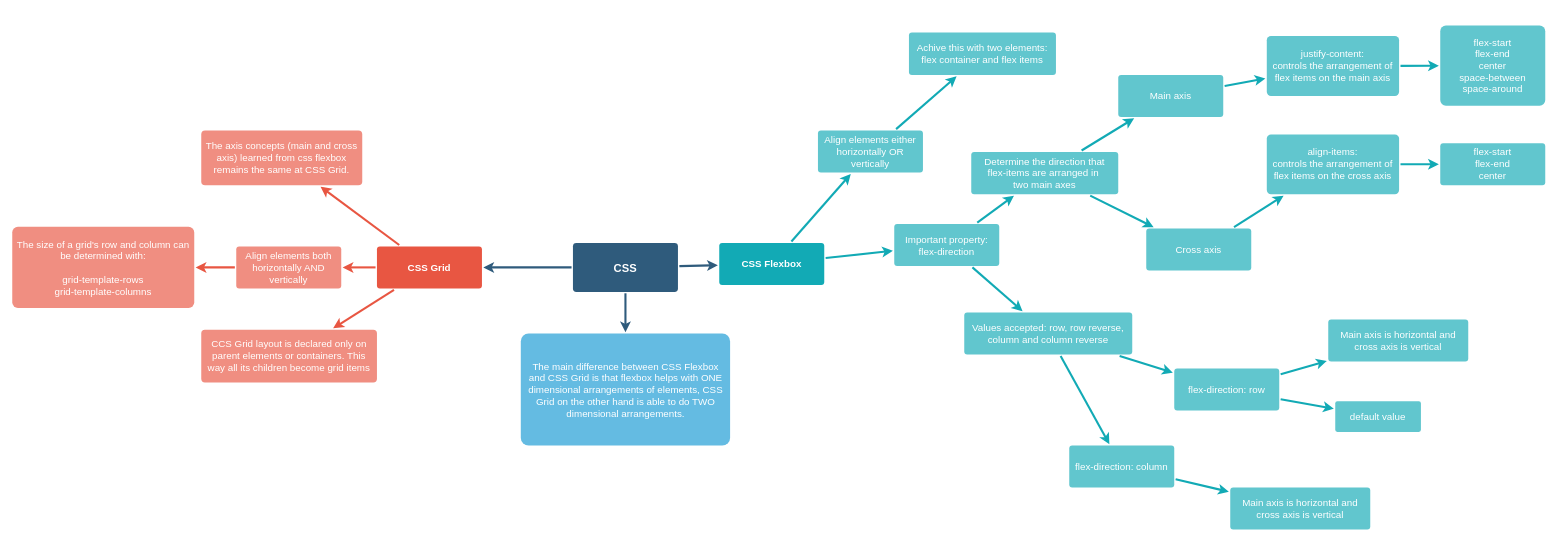
liegele/estudos keeps this draw.io diagram as freecodecamp/css/how-to-use-css-grid-and-flex-to-create-a-responsive-web-page/css-flexbox-and-css-grid.drawio. Above is the earlier version. Source tidied: cells renumbered, new cells numbered last; positions are measured from the earlier drawing's top-left corner, leaving out a move shared by most shapes. Both pictures are drawn from the tidied source at 70%, with x=0, y=0 at pixel (12, 25).
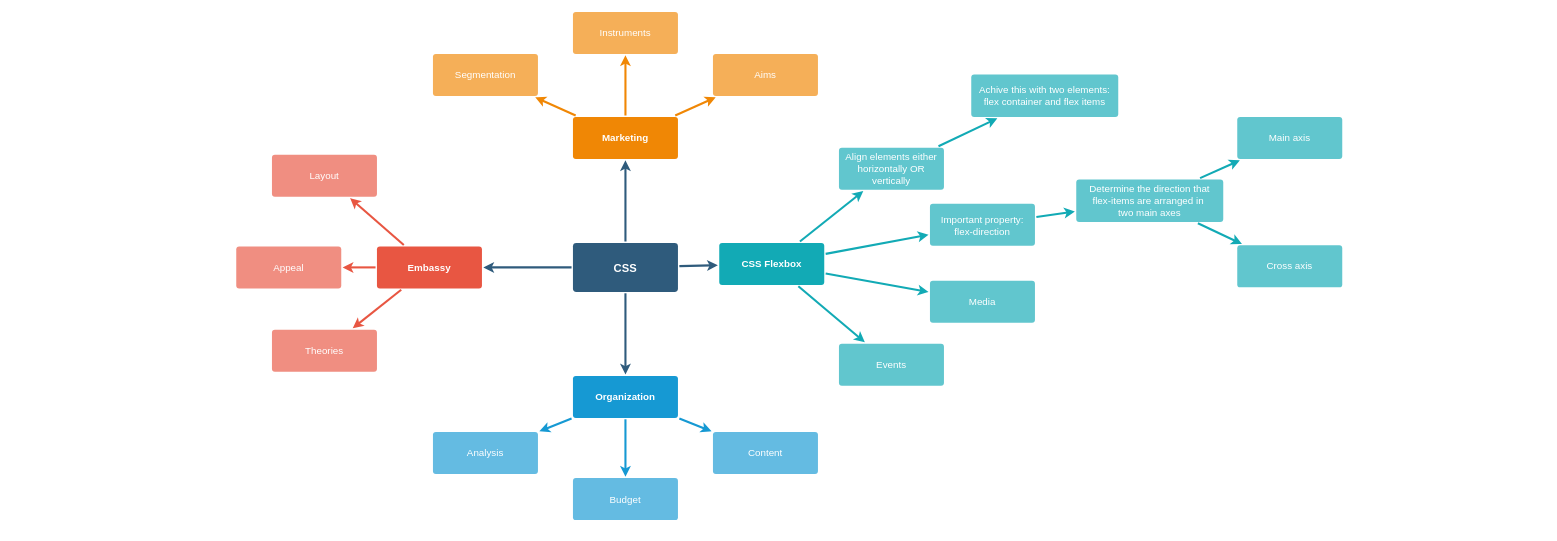
After the change.

The change refers to these unchanged cells:
```xml
<mxCell id="5" value="CSS" style="rounded=1;whiteSpace=wrap;html=1;shadow=0;labelBackgroundColor=none;strokeColor=none;strokeWidth=3;fillColor=#2F5B7C;fontFamily=Helvetica;fontSize=16;fontColor=#FFFFFF;align=center;fontStyle=1;spacing=5;arcSize=7;perimeterSpacing=2;" parent="1" vertex="1">
  <mxGeometry x="801" y="310.5" width="150" height="70" as="geometry" />
</mxCell>
<mxCell id="14" value="CSS Flexbox" style="rounded=1;whiteSpace=wrap;html=1;shadow=0;labelBackgroundColor=none;strokeColor=none;strokeWidth=3;fillColor=#12aab5;fontFamily=Helvetica;fontSize=14;fontColor=#FFFFFF;align=center;spacing=5;fontStyle=1;arcSize=7;perimeterSpacing=2;" parent="1" vertex="1">
  <mxGeometry x="1010" y="310.5" width="150" height="60" as="geometry" />
</mxCell>
```

Change to the diagram source:
```diff
@@
+    <mxCell id="49" style="edgeStyle=none;rounded=0;jumpStyle=none;html=1;shadow=0;labelBackgroundColor=none;startArrow=none;startFill=0;endArrow=classic;endFill=1;jettySize=auto;strokeColor=#2F5B7C;strokeWidth=3;fontFamily=Helvetica;fontSize=16;fontColor=#23445D;spacing=5;" parent="1" edge="1" source="5" target="56">
+      <mxGeometry relative="1" as="geometry" />
+    </mxCell>
@@
-    <mxCell id="3" style="edgeStyle=none;rounded=0;jumpStyle=none;html=1;shadow=0;labelBackgroundColor=none;startArrow=none;startFill=0;endArrow=classic;endFill=1;jettySize=auto;strokeColor=#2F5B7C;strokeWidth=3;fontFamily=Helvetica;fontSize=16;fontColor=#23445D;spacing=5;" parent="1" edge="1" source="5" target="13">
+    <mxCell id="3" style="edgeStyle=none;rounded=0;jumpStyle=none;html=1;shadow=0;labelBackgroundColor=none;startArrow=none;startFill=0;endArrow=classic;endFill=1;jettySize=auto;strokeColor=#2F5B7C;strokeWidth=3;fontFamily=Helvetica;fontSize=16;fontColor=#23445D;spacing=5;" parent="1" edge="1" source="5" target="53">
       <mxGeometry relative="1" as="geometry" />
     </mxCell>
@@
-    <mxCell id="9" value="CSS Grid" style="rounded=1;whiteSpace=wrap;html=1;shadow=0;labelBackgroundColor=none;strokeColor=none;strokeWidth=3;fillColor=#e85642;fontFamily=Helvetica;fontSize=14;fontColor=#FFFFFF;align=center;spacing=5;fontStyle=1;arcSize=7;perimeterSpacing=2;" parent="1" vertex="1">
+    <mxCell id="9" value="Embassy" style="rounded=1;whiteSpace=wrap;html=1;shadow=0;labelBackgroundColor=none;strokeColor=none;strokeWidth=3;fillColor=#e85642;fontFamily=Helvetica;fontSize=14;fontColor=#FFFFFF;align=center;spacing=5;fontStyle=1;arcSize=7;perimeterSpacing=2;" parent="1" vertex="1">
       <mxGeometry x="521" y="315.5" width="150" height="60" as="geometry" />
     </mxCell>
-    <mxCell id="10" value="CCS Grid layout is declared only on parent elements or containers. This way all its children become grid items" style="rounded=1;whiteSpace=wrap;html=1;shadow=0;labelBackgroundColor=none;strokeColor=none;strokeWidth=3;fillColor=#f08e81;fontFamily=Helvetica;fontSize=14;fontColor=#FFFFFF;align=center;spacing=5;fontStyle=0;arcSize=7;perimeterSpacing=2;" parent="1" vertex="1">
-      <mxGeometry x="270" y="434.5" width="251" height="75.5" as="geometry" />
+    <mxCell id="10" value="Theories" style="rounded=1;whiteSpace=wrap;html=1;shadow=0;labelBackgroundColor=none;strokeColor=none;strokeWidth=3;fillColor=#f08e81;fontFamily=Helvetica;fontSize=14;fontColor=#FFFFFF;align=center;spacing=5;fontStyle=0;arcSize=7;perimeterSpacing=2;" parent="1" vertex="1">
+      <mxGeometry x="371" y="434.5" width="150" height="60" as="geometry" />
     </mxCell>
-    <mxCell id="11" value="Align elements both horizontally AND vertically" style="rounded=1;whiteSpace=wrap;html=1;shadow=0;labelBackgroundColor=none;strokeColor=none;strokeWidth=3;fillColor=#f08e81;fontFamily=Helvetica;fontSize=14;fontColor=#FFFFFF;align=center;spacing=5;fontStyle=0;arcSize=7;perimeterSpacing=2;" parent="1" vertex="1">
+    <mxCell id="11" value="Appeal" style="rounded=1;whiteSpace=wrap;html=1;shadow=0;labelBackgroundColor=none;strokeColor=none;strokeWidth=3;fillColor=#f08e81;fontFamily=Helvetica;fontSize=14;fontColor=#FFFFFF;align=center;spacing=5;fontStyle=0;arcSize=7;perimeterSpacing=2;" parent="1" vertex="1">
       <mxGeometry x="320" y="315.5" width="150" height="60" as="geometry" />
     </mxCell>
-    <mxCell id="12" value="The axis concepts (main and cross axis) learned from css flexbox remains the same at CSS Grid." style="rounded=1;whiteSpace=wrap;html=1;shadow=0;labelBackgroundColor=none;strokeColor=none;strokeWidth=3;fillColor=#f08e81;fontFamily=Helvetica;fontSize=14;fontColor=#FFFFFF;align=center;spacing=5;fontStyle=0;arcSize=7;perimeterSpacing=2;" parent="1" vertex="1">
-      <mxGeometry x="270" y="150" width="230" height="78.2" as="geometry" />
+    <mxCell id="12" value="Layout" style="rounded=1;whiteSpace=wrap;html=1;shadow=0;labelBackgroundColor=none;strokeColor=none;strokeWidth=3;fillColor=#f08e81;fontFamily=Helvetica;fontSize=14;fontColor=#FFFFFF;align=center;spacing=5;fontStyle=0;arcSize=7;perimeterSpacing=2;" parent="1" vertex="1">
+      <mxGeometry x="371" y="184.5" width="150" height="60" as="geometry" />
     </mxCell>
+    <mxCell id="50" style="edgeStyle=none;rounded=0;jumpStyle=none;html=1;shadow=0;labelBackgroundColor=none;startArrow=none;startFill=0;endArrow=classic;endFill=1;jettySize=auto;strokeColor=#1699D3;strokeWidth=3;fontFamily=Helvetica;fontSize=14;fontColor=#FFFFFF;spacing=5;" parent="1" edge="1" source="53" target="13">
+      <mxGeometry relative="1" as="geometry" />
+    </mxCell>
+    <mxCell id="51" style="edgeStyle=none;rounded=0;jumpStyle=none;html=1;shadow=0;labelBackgroundColor=none;startArrow=none;startFill=0;endArrow=classic;endFill=1;jettySize=auto;strokeColor=#1699D3;strokeWidth=3;fontFamily=Helvetica;fontSize=14;fontColor=#FFFFFF;spacing=5;" parent="1" edge="1" source="53" target="55">
+      <mxGeometry relative="1" as="geometry" />
+    </mxCell>
+    <mxCell id="52" style="edgeStyle=none;rounded=0;jumpStyle=none;html=1;shadow=0;labelBackgroundColor=none;startArrow=none;startFill=0;endArrow=classic;endFill=1;jettySize=auto;strokeColor=#1699D3;strokeWidth=3;fontFamily=Helvetica;fontSize=14;fontColor=#FFFFFF;spacing=5;" parent="1" edge="1" source="53" target="54">
+      <mxGeometry relative="1" as="geometry" />
+    </mxCell>
+    <mxCell id="53" value="Organization" style="rounded=1;whiteSpace=wrap;html=1;shadow=0;labelBackgroundColor=none;strokeColor=none;strokeWidth=3;fillColor=#1699d3;fontFamily=Helvetica;fontSize=14;fontColor=#FFFFFF;align=center;spacing=5;fontStyle=1;arcSize=7;perimeterSpacing=2;" parent="1" vertex="1">
+      <mxGeometry x="801" y="500.5" width="150" height="60" as="geometry" />
+    </mxCell>
+    <mxCell id="54" value="Content" style="rounded=1;whiteSpace=wrap;html=1;shadow=0;labelBackgroundColor=none;strokeColor=none;strokeWidth=3;fillColor=#64bbe2;fontFamily=Helvetica;fontSize=14;fontColor=#FFFFFF;align=center;spacing=5;arcSize=7;perimeterSpacing=2;" parent="1" vertex="1">
+      <mxGeometry x="1001" y="580.5" width="150" height="60" as="geometry" />
+    </mxCell>
+    <mxCell id="55" value="Budget" style="rounded=1;whiteSpace=wrap;html=1;shadow=0;labelBackgroundColor=none;strokeColor=none;strokeWidth=3;fillColor=#64bbe2;fontFamily=Helvetica;fontSize=14;fontColor=#FFFFFF;align=center;spacing=5;arcSize=7;perimeterSpacing=2;" parent="1" vertex="1">
+      <mxGeometry x="801" y="646.5" width="150" height="60" as="geometry" />
+    </mxCell>
-    <mxCell id="13" value="The main difference between CSS Flexbox and CSS Grid is that flexbox helps with ONE dimensional arrangements of elements, CSS Grid on the other hand is able to do TWO dimensional arrangements." style="rounded=1;whiteSpace=wrap;html=1;shadow=0;labelBackgroundColor=none;strokeColor=none;strokeWidth=3;fillColor=#64bbe2;fontFamily=Helvetica;fontSize=14;fontColor=#FFFFFF;align=center;spacing=5;arcSize=7;perimeterSpacing=2;" parent="1" vertex="1">
-      <mxGeometry x="726.5" y="440" width="299" height="160" as="geometry" />
+    <mxCell id="13" value="Analysis" style="rounded=1;whiteSpace=wrap;html=1;shadow=0;labelBackgroundColor=none;strokeColor=none;strokeWidth=3;fillColor=#64bbe2;fontFamily=Helvetica;fontSize=14;fontColor=#FFFFFF;align=center;spacing=5;arcSize=7;perimeterSpacing=2;" parent="1" vertex="1">
+      <mxGeometry x="601" y="580.5" width="150" height="60" as="geometry" />
     </mxCell>
+    <mxCell id="56" value="Marketing" style="rounded=1;whiteSpace=wrap;html=1;shadow=0;labelBackgroundColor=none;strokeColor=none;strokeWidth=3;fillColor=#F08705;fontFamily=Helvetica;fontSize=14;fontColor=#FFFFFF;align=center;spacing=5;fontStyle=1;arcSize=7;perimeterSpacing=2;" parent="1" vertex="1">
+      <mxGeometry x="801" y="130.5" width="150" height="60" as="geometry" />
+    </mxCell>
+    <mxCell id="57" value="Aims&lt;br&gt;" style="rounded=1;whiteSpace=wrap;html=1;shadow=0;labelBackgroundColor=none;strokeColor=none;strokeWidth=3;fillColor=#f5af58;fontFamily=Helvetica;fontSize=14;fontColor=#FFFFFF;align=center;spacing=5;arcSize=7;perimeterSpacing=2;" parent="1" vertex="1">
+      <mxGeometry x="1001" y="40.5" width="150" height="60" as="geometry" />
+    </mxCell>
+    <mxCell id="58" style="edgeStyle=none;rounded=0;jumpStyle=none;html=1;shadow=0;labelBackgroundColor=none;startArrow=none;startFill=0;endArrow=classic;endFill=1;jettySize=auto;strokeColor=#F08705;strokeWidth=3;fontFamily=Helvetica;fontSize=14;fontColor=#FFFFFF;spacing=5;" parent="1" edge="1" source="56" target="57">
+      <mxGeometry relative="1" as="geometry" />
+    </mxCell>
+    <mxCell id="59" value="Instruments" style="rounded=1;whiteSpace=wrap;html=1;shadow=0;labelBackgroundColor=none;strokeColor=none;strokeWidth=3;fillColor=#f5af58;fontFamily=Helvetica;fontSize=14;fontColor=#FFFFFF;align=center;spacing=5;arcSize=7;perimeterSpacing=2;" parent="1" vertex="1">
+      <mxGeometry x="801" y="-19.5" width="150" height="60" as="geometry" />
+    </mxCell>
+    <mxCell id="60" style="edgeStyle=none;rounded=0;jumpStyle=none;html=1;shadow=0;labelBackgroundColor=none;startArrow=none;startFill=0;endArrow=classic;endFill=1;jettySize=auto;strokeColor=#F08705;strokeWidth=3;fontFamily=Helvetica;fontSize=14;fontColor=#FFFFFF;spacing=5;" parent="1" edge="1" source="56" target="59">
+      <mxGeometry relative="1" as="geometry" />
+    </mxCell>
+    <mxCell id="61" value="Segmentation" style="rounded=1;whiteSpace=wrap;html=1;shadow=0;labelBackgroundColor=none;strokeColor=none;strokeWidth=3;fillColor=#f5af58;fontFamily=Helvetica;fontSize=14;fontColor=#FFFFFF;align=center;spacing=5;arcSize=7;perimeterSpacing=2;" parent="1" vertex="1">
+      <mxGeometry x="601" y="40.5" width="150" height="60" as="geometry" />
+    </mxCell>
+    <mxCell id="62" style="edgeStyle=none;rounded=0;jumpStyle=none;html=1;shadow=0;labelBackgroundColor=none;startArrow=none;startFill=0;endArrow=classic;endFill=1;jettySize=auto;strokeColor=#F08705;strokeWidth=3;fontFamily=Helvetica;fontSize=14;fontColor=#FFFFFF;spacing=5;" parent="1" edge="1" source="56" target="61">
+      <mxGeometry relative="1" as="geometry" />
+    </mxCell>
@@
-    <mxCell id="15" value="align-items:&lt;br&gt;controls the arrangement of flex items on the cross axis" style="rounded=1;whiteSpace=wrap;html=1;shadow=0;labelBackgroundColor=none;strokeColor=none;strokeWidth=3;fillColor=#61c6ce;fontFamily=Helvetica;fontSize=14;fontColor=#FFFFFF;align=center;spacing=5;fontStyle=0;arcSize=7;perimeterSpacing=2;" parent="1" vertex="1">
-      <mxGeometry x="1792.2" y="155.5" width="189" height="85.5" as="geometry" />
+    <mxCell id="15" value="Events" style="rounded=1;whiteSpace=wrap;html=1;shadow=0;labelBackgroundColor=none;strokeColor=none;strokeWidth=3;fillColor=#61c6ce;fontFamily=Helvetica;fontSize=14;fontColor=#FFFFFF;align=center;spacing=5;fontStyle=0;arcSize=7;perimeterSpacing=2;" parent="1" vertex="1">
+      <mxGeometry x="1181" y="454.5" width="150" height="60" as="geometry" />
     </mxCell>
-    <mxCell id="16" style="edgeStyle=none;rounded=1;jumpStyle=none;html=1;shadow=0;labelBackgroundColor=none;startArrow=none;startFill=0;jettySize=auto;strokeColor=#12AAB5;strokeWidth=3;fontFamily=Helvetica;fontSize=14;fontColor=#FFFFFF;spacing=5;fontStyle=1;fillColor=#b0e3e6;" parent="1" edge="1" source="29" target="15">
+    <mxCell id="16" style="edgeStyle=none;rounded=1;jumpStyle=none;html=1;shadow=0;labelBackgroundColor=none;startArrow=none;startFill=0;jettySize=auto;strokeColor=#12AAB5;strokeWidth=3;fontFamily=Helvetica;fontSize=14;fontColor=#FFFFFF;spacing=5;fontStyle=1;fillColor=#b0e3e6;" parent="1" edge="1" source="14" target="15">
       <mxGeometry relative="1" as="geometry" />
     </mxCell>
-    <mxCell id="17" value="Values accepted: row, row reverse, column and column reverse" style="rounded=1;whiteSpace=wrap;html=1;shadow=0;labelBackgroundColor=none;strokeColor=none;strokeWidth=3;fillColor=#61c6ce;fontFamily=Helvetica;fontSize=14;fontColor=#FFFFFF;align=center;spacing=5;fontStyle=0;arcSize=7;perimeterSpacing=2;" parent="1" vertex="1">
-      <mxGeometry x="1360" y="410" width="240" height="60" as="geometry" />
+    <mxCell id="17" value="Media" style="rounded=1;whiteSpace=wrap;html=1;shadow=0;labelBackgroundColor=none;strokeColor=none;strokeWidth=3;fillColor=#61c6ce;fontFamily=Helvetica;fontSize=14;fontColor=#FFFFFF;align=center;spacing=5;fontStyle=0;arcSize=7;perimeterSpacing=2;" parent="1" vertex="1">
+      <mxGeometry x="1311" y="364.5" width="150" height="60" as="geometry" />
     </mxCell>
-    <mxCell id="18" style="edgeStyle=none;rounded=1;jumpStyle=none;html=1;shadow=0;labelBackgroundColor=none;startArrow=none;startFill=0;jettySize=auto;strokeColor=#12AAB5;strokeWidth=3;fontFamily=Helvetica;fontSize=14;fontColor=#FFFFFF;spacing=5;fontStyle=1;fillColor=#b0e3e6;" parent="1" edge="1" source="19" target="17">
+    <mxCell id="18" style="edgeStyle=none;rounded=1;jumpStyle=none;html=1;shadow=0;labelBackgroundColor=none;startArrow=none;startFill=0;jettySize=auto;strokeColor=#12AAB5;strokeWidth=3;fontFamily=Helvetica;fontSize=14;fontColor=#FFFFFF;spacing=5;fontStyle=1;fillColor=#b0e3e6;" parent="1" edge="1" source="14" target="17">
       <mxGeometry relative="1" as="geometry" />
     </mxCell>
     <mxCell id="19" value="Important property:&lt;br&gt;flex-direction" style="rounded=1;whiteSpace=wrap;html=1;shadow=0;labelBackgroundColor=none;strokeColor=none;strokeWidth=3;fillColor=#61c6ce;fontFamily=Helvetica;fontSize=14;fontColor=#FFFFFF;align=center;spacing=5;fontStyle=0;arcSize=7;perimeterSpacing=2;" parent="1" vertex="1">
-      <mxGeometry x="1260" y="283.5" width="150" height="60" as="geometry" />
+      <mxGeometry x="1311" y="254.5" width="150" height="60" as="geometry" />
     </mxCell>
@@
     <mxCell id="21" value="Align elements either horizontally OR vertically" style="rounded=1;whiteSpace=wrap;html=1;shadow=0;labelBackgroundColor=none;strokeColor=none;strokeWidth=3;fillColor=#61c6ce;fontFamily=Helvetica;fontSize=14;fontColor=#FFFFFF;align=center;spacing=5;fontStyle=0;arcSize=7;perimeterSpacing=2;" parent="1" vertex="1">
-      <mxGeometry x="1151" y="150" width="150" height="60" as="geometry" />
+      <mxGeometry x="1181" y="174.5" width="150" height="60" as="geometry" />
     </mxCell>
@@
     <mxCell id="23" value="Achive this with two elements:&lt;br&gt;flex container and flex items" style="rounded=1;whiteSpace=wrap;html=1;shadow=0;labelBackgroundColor=none;strokeColor=none;strokeWidth=3;fillColor=#61c6ce;fontFamily=Helvetica;fontSize=14;fontColor=#FFFFFF;align=center;spacing=5;fontStyle=0;arcSize=7;perimeterSpacing=2;" parent="1" vertex="1">
-      <mxGeometry x="1281" y="10" width="210" height="60.5" as="geometry" />
+      <mxGeometry x="1370" y="70" width="210" height="60.5" as="geometry" />
     </mxCell>
@@
     <mxCell id="25" value="Determine the direction that flex-items are arranged in&amp;nbsp;&lt;br&gt;two main axes" style="rounded=1;whiteSpace=wrap;html=1;shadow=0;labelBackgroundColor=none;strokeColor=none;strokeWidth=3;fillColor=#61c6ce;fontFamily=Helvetica;fontSize=14;fontColor=#FFFFFF;align=center;spacing=5;fontStyle=0;arcSize=7;perimeterSpacing=2;" parent="1" vertex="1">
-      <mxGeometry x="1370" y="180.5" width="210" height="60.5" as="geometry" />
+      <mxGeometry x="1520" y="220" width="210" height="60.5" as="geometry" />
     </mxCell>
@@
     <mxCell id="27" value="Main axis" style="rounded=1;whiteSpace=wrap;html=1;shadow=0;labelBackgroundColor=none;strokeColor=none;strokeWidth=3;fillColor=#61c6ce;fontFamily=Helvetica;fontSize=14;fontColor=#FFFFFF;align=center;spacing=5;fontStyle=0;arcSize=7;perimeterSpacing=2;" parent="1" vertex="1">
-      <mxGeometry x="1580" y="70.5" width="150" height="60" as="geometry" />
+      <mxGeometry x="1750" y="130.5" width="150" height="60" as="geometry" />
     </mxCell>
@@
     <mxCell id="29" value="Cross axis" style="rounded=1;whiteSpace=wrap;html=1;shadow=0;labelBackgroundColor=none;strokeColor=none;strokeWidth=3;fillColor=#61c6ce;fontFamily=Helvetica;fontSize=14;fontColor=#FFFFFF;align=center;spacing=5;fontStyle=0;arcSize=7;perimeterSpacing=2;" parent="1" vertex="1">
-      <mxGeometry x="1620" y="290" width="150" height="60" as="geometry" />
+      <mxGeometry x="1750" y="314" width="150" height="60" as="geometry" />
     </mxCell>
@@
-    <mxCell id="31" value="flex-direction: row" style="rounded=1;whiteSpace=wrap;html=1;shadow=0;labelBackgroundColor=none;strokeColor=none;strokeWidth=3;fillColor=#61c6ce;fontFamily=Helvetica;fontSize=14;fontColor=#FFFFFF;align=center;spacing=5;fontStyle=0;arcSize=7;perimeterSpacing=2;" parent="1" vertex="1">
-      <mxGeometry x="1660" y="490" width="150" height="60" as="geometry" />
-    </mxCell>
-    <mxCell id="32" style="edgeStyle=none;rounded=1;jumpStyle=none;html=1;shadow=0;labelBackgroundColor=none;startArrow=none;startFill=0;jettySize=auto;strokeColor=#12AAB5;strokeWidth=3;fontFamily=Helvetica;fontSize=14;fontColor=#FFFFFF;spacing=5;fontStyle=1;fillColor=#b0e3e6;" parent="1" edge="1" source="17" target="31">
-      <mxGeometry relative="1" as="geometry" />
-    </mxCell>
-    <mxCell id="33" value="Main axis is horizontal and cross axis is vertical&lt;br&gt;" style="rounded=1;whiteSpace=wrap;html=1;shadow=0;labelBackgroundColor=none;strokeColor=none;strokeWidth=3;fillColor=#61c6ce;fontFamily=Helvetica;fontSize=14;fontColor=#FFFFFF;align=center;spacing=5;fontStyle=0;arcSize=7;perimeterSpacing=2;" parent="1" vertex="1">
-      <mxGeometry x="1880" y="420" width="200" height="60" as="geometry" />
-    </mxCell>
-    <mxCell id="34" style="edgeStyle=none;rounded=1;jumpStyle=none;html=1;shadow=0;labelBackgroundColor=none;startArrow=none;startFill=0;jettySize=auto;strokeColor=#12AAB5;strokeWidth=3;fontFamily=Helvetica;fontSize=14;fontColor=#FFFFFF;spacing=5;fontStyle=1;fillColor=#b0e3e6;" parent="1" edge="1" source="31" target="33">
-      <mxGeometry relative="1" as="geometry" />
-    </mxCell>
-    <mxCell id="35" value="flex-direction: column" style="rounded=1;whiteSpace=wrap;html=1;shadow=0;labelBackgroundColor=none;strokeColor=none;strokeWidth=3;fillColor=#61c6ce;fontFamily=Helvetica;fontSize=14;fontColor=#FFFFFF;align=center;spacing=5;fontStyle=0;arcSize=7;perimeterSpacing=2;" parent="1" vertex="1">
-      <mxGeometry x="1510" y="600" width="150" height="60" as="geometry" />
-    </mxCell>
-    <mxCell id="36" style="edgeStyle=none;rounded=1;jumpStyle=none;html=1;shadow=0;labelBackgroundColor=none;startArrow=none;startFill=0;jettySize=auto;strokeColor=#12AAB5;strokeWidth=3;fontFamily=Helvetica;fontSize=14;fontColor=#FFFFFF;spacing=5;fontStyle=1;fillColor=#b0e3e6;" parent="1" edge="1" source="17" target="35">
-      <mxGeometry relative="1" as="geometry" />
-    </mxCell>
-    <mxCell id="37" value="Main axis is horizontal and cross axis is vertical&lt;br&gt;" style="rounded=1;whiteSpace=wrap;html=1;shadow=0;labelBackgroundColor=none;strokeColor=none;strokeWidth=3;fillColor=#61c6ce;fontFamily=Helvetica;fontSize=14;fontColor=#FFFFFF;align=center;spacing=5;fontStyle=0;arcSize=7;perimeterSpacing=2;" parent="1" vertex="1">
-      <mxGeometry x="1740" y="660" width="200" height="60" as="geometry" />
-    </mxCell>
-    <mxCell id="38" style="edgeStyle=none;rounded=1;jumpStyle=none;html=1;shadow=0;labelBackgroundColor=none;startArrow=none;startFill=0;jettySize=auto;strokeColor=#12AAB5;strokeWidth=3;fontFamily=Helvetica;fontSize=14;fontColor=#FFFFFF;spacing=5;fontStyle=1;fillColor=#b0e3e6;" parent="1" edge="1" source="35" target="37">
-      <mxGeometry relative="1" as="geometry" />
-    </mxCell>
-    <mxCell id="39" value="default value" style="rounded=1;whiteSpace=wrap;html=1;shadow=0;labelBackgroundColor=none;strokeColor=none;strokeWidth=3;fillColor=#61c6ce;fontFamily=Helvetica;fontSize=14;fontColor=#FFFFFF;align=center;spacing=5;fontStyle=0;arcSize=7;perimeterSpacing=2;" parent="1" vertex="1">
-      <mxGeometry x="1890" y="536.8" width="122.4" height="43.7" as="geometry" />
-    </mxCell>
-    <mxCell id="40" style="edgeStyle=none;rounded=1;jumpStyle=none;html=1;shadow=0;labelBackgroundColor=none;startArrow=none;startFill=0;jettySize=auto;strokeColor=#12AAB5;strokeWidth=3;fontFamily=Helvetica;fontSize=14;fontColor=#FFFFFF;spacing=5;fontStyle=1;fillColor=#b0e3e6;" parent="1" edge="1" source="31" target="39">
-      <mxGeometry relative="1" as="geometry" />
-    </mxCell>
-    <mxCell id="41" value="flex-start&lt;br&gt;flex-end&lt;br&gt;center" style="rounded=1;whiteSpace=wrap;html=1;shadow=0;labelBackgroundColor=none;strokeColor=none;strokeWidth=3;fillColor=#61c6ce;fontFamily=Helvetica;fontSize=14;fontColor=#FFFFFF;align=center;spacing=5;fontStyle=0;arcSize=7;perimeterSpacing=2;" parent="1" vertex="1">
-      <mxGeometry x="2040" y="168.2" width="150" height="60" as="geometry" />
-    </mxCell>
-    <mxCell id="42" style="edgeStyle=none;rounded=1;jumpStyle=none;html=1;shadow=0;labelBackgroundColor=none;startArrow=none;startFill=0;jettySize=auto;strokeColor=#12AAB5;strokeWidth=3;fontFamily=Helvetica;fontSize=14;fontColor=#FFFFFF;spacing=5;fontStyle=1;fillColor=#b0e3e6;" parent="1" edge="1" source="15" target="41">
-      <mxGeometry relative="1" as="geometry" />
-    </mxCell>
-    <mxCell id="43" value="justify-content:&lt;br&gt;controls the arrangement of flex items on the main axis" style="rounded=1;whiteSpace=wrap;html=1;shadow=0;labelBackgroundColor=none;strokeColor=none;strokeWidth=3;fillColor=#61c6ce;fontFamily=Helvetica;fontSize=14;fontColor=#FFFFFF;align=center;spacing=5;fontStyle=0;arcSize=7;perimeterSpacing=2;" parent="1" vertex="1">
-      <mxGeometry x="1792.2" y="15" width="189" height="85.5" as="geometry" />
-    </mxCell>
-    <mxCell id="44" style="edgeStyle=none;rounded=1;jumpStyle=none;html=1;shadow=0;labelBackgroundColor=none;startArrow=none;startFill=0;jettySize=auto;strokeColor=#12AAB5;strokeWidth=3;fontFamily=Helvetica;fontSize=14;fontColor=#FFFFFF;spacing=5;fontStyle=1;fillColor=#b0e3e6;" parent="1" edge="1" source="27" target="43">
-      <mxGeometry relative="1" as="geometry" />
-    </mxCell>
-    <mxCell id="45" value="flex-start&lt;br&gt;flex-end&lt;br&gt;center&lt;br&gt;space-between&lt;br&gt;space-around" style="rounded=1;whiteSpace=wrap;html=1;shadow=0;labelBackgroundColor=none;strokeColor=none;strokeWidth=3;fillColor=#61c6ce;fontFamily=Helvetica;fontSize=14;fontColor=#FFFFFF;align=center;spacing=5;fontStyle=0;arcSize=7;perimeterSpacing=2;" parent="1" vertex="1">
-      <mxGeometry x="2040" width="150" height="114.5" as="geometry" />
-    </mxCell>
-    <mxCell id="46" style="edgeStyle=none;rounded=1;jumpStyle=none;html=1;shadow=0;labelBackgroundColor=none;startArrow=none;startFill=0;jettySize=auto;strokeColor=#12AAB5;strokeWidth=3;fontFamily=Helvetica;fontSize=14;fontColor=#FFFFFF;spacing=5;fontStyle=1;fillColor=#b0e3e6;" parent="1" edge="1" source="43" target="45">
-      <mxGeometry relative="1" as="geometry" />
-    </mxCell>
-    <mxCell id="47" style="edgeStyle=none;rounded=1;jumpStyle=none;html=1;shadow=0;labelBackgroundColor=none;startArrow=none;startFill=0;jettySize=auto;strokeColor=#E85642;strokeWidth=3;fontFamily=Helvetica;fontSize=14;fontColor=#FFFFFF;spacing=5;fontStyle=1;fillColor=#b0e3e6;" parent="1" edge="1" source="11" target="48">
-      <mxGeometry relative="1" as="geometry" />
-    </mxCell>
-    <mxCell id="48" value="The size of a grid's row and column can be determined with: &lt;br&gt;&lt;br&gt;grid-template-rows &lt;br&gt;grid-template-columns" style="rounded=1;whiteSpace=wrap;html=1;shadow=0;labelBackgroundColor=none;strokeColor=none;strokeWidth=3;fillColor=#f08e81;fontFamily=Helvetica;fontSize=14;fontColor=#FFFFFF;align=center;spacing=5;fontStyle=0;arcSize=7;perimeterSpacing=2;" parent="1" vertex="1">
-      <mxGeometry y="287.5" width="260" height="116" as="geometry" />
-    </mxCell>
```
